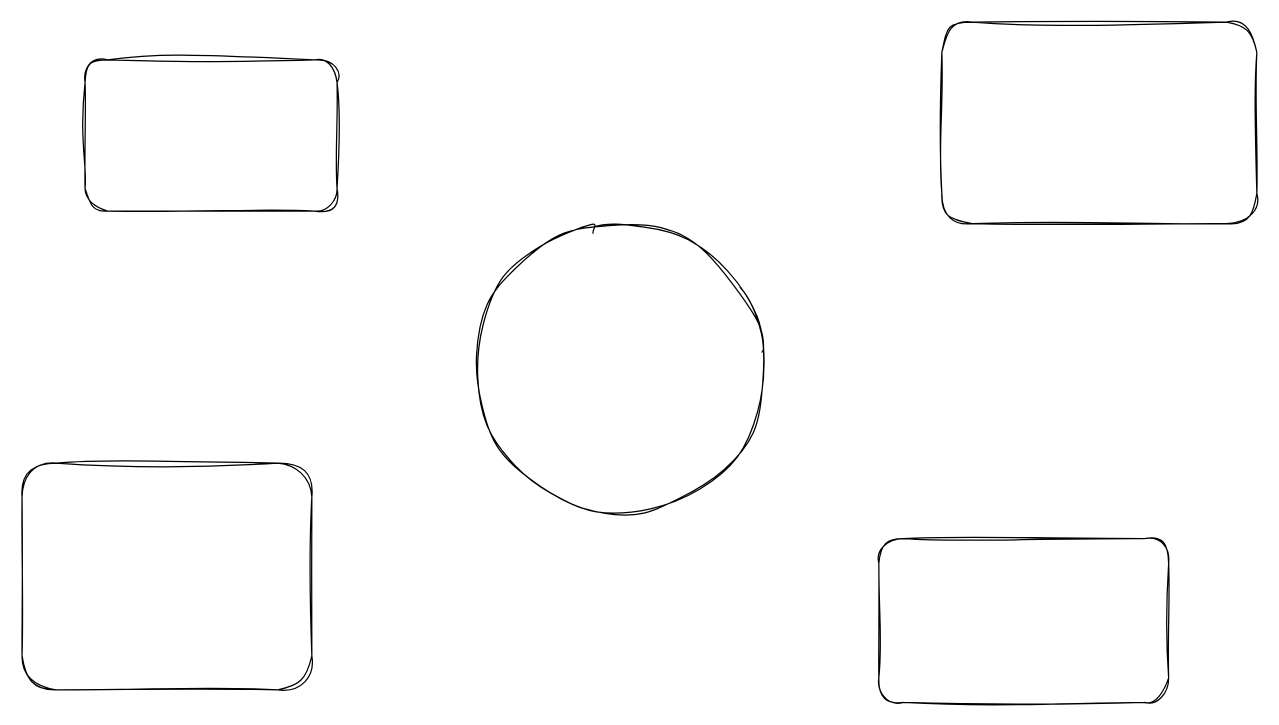
The draw.io diagram Mandag Diagram.drawio in Zaladk/drawio, before the edit. Source tidied: cells renumbered, new cells numbered last; positions are measured from the earlier drawing's top-left corner, leaving out a move shared by most shapes. Both pictures are drawn from the tidied source at 126%, with x=0, y=0 at pixel (21, 21).
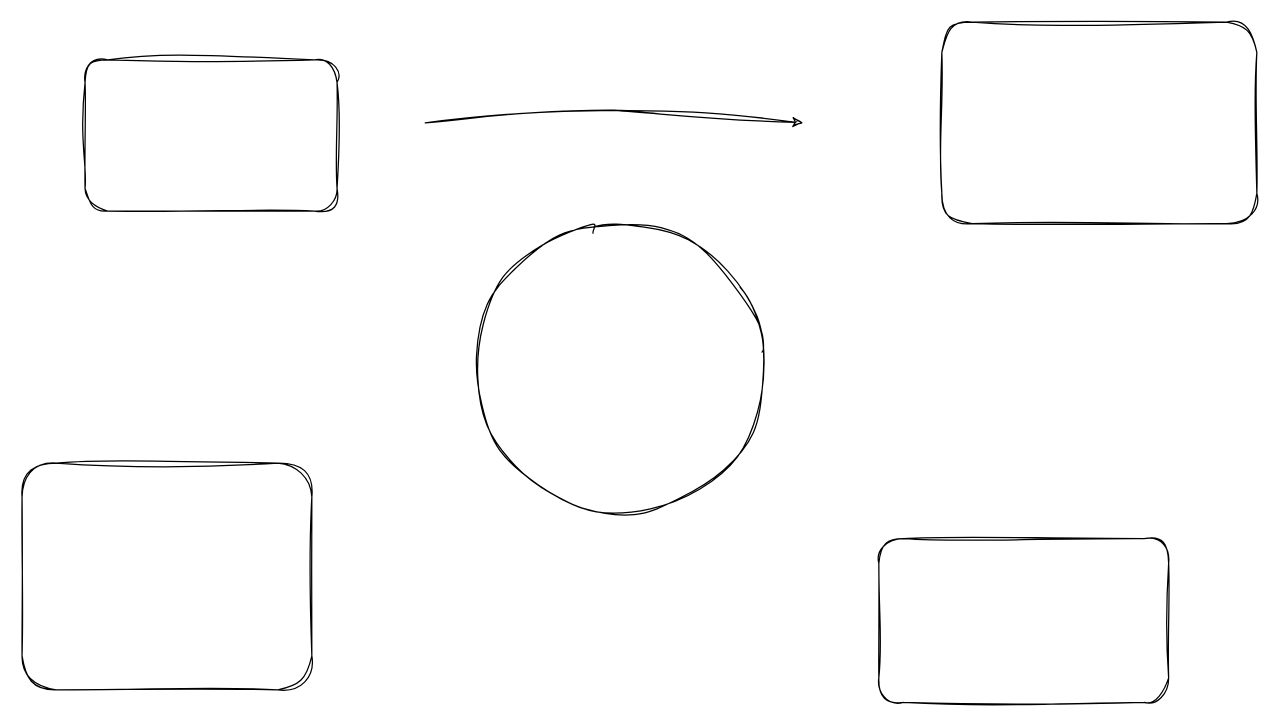
Above is the later version.

What changed in the source:
```diff
@@
 <mxGraphModel>
   <root>
     <mxCell id="0" />
     <mxCell id="1" parent="0" />
     <mxCell id="2" style="rounded=1;whiteSpace=wrap;html=1;sketch=1;curveFitting=1;jiggle=2;" parent="1" vertex="1">
       <mxGeometry x="50" y="30" width="200" height="120" as="geometry" />
     </mxCell>
     <mxCell id="3" style="rounded=1;whiteSpace=wrap;html=1;glass=0;sketch=1;curveFitting=1;jiggle=2;shadow=0;" parent="1" vertex="1">
       <mxGeometry x="730" width="250" height="160" as="geometry" />
     </mxCell>
     <mxCell id="4" style="rounded=1;whiteSpace=wrap;html=1;sketch=1;curveFitting=1;jiggle=2;" parent="1" vertex="1">
       <mxGeometry y="350" width="230" height="180" as="geometry" />
     </mxCell>
     <mxCell id="5" style="rounded=1;whiteSpace=wrap;html=1;sketch=1;curveFitting=1;jiggle=2;" parent="1" vertex="1">
       <mxGeometry x="680" y="410" width="230" height="130" as="geometry" />
     </mxCell>
     <mxCell id="6" style="ellipse;whiteSpace=wrap;html=1;sketch=1;curveFitting=1;jiggle=2;" parent="1" vertex="1">
       <mxGeometry x="360" y="160" width="230" height="230" as="geometry" />
     </mxCell>
+    <mxCell id="7" style="endArrow=classic;html=1;rounded=0;sketch=1;curveFitting=1;jiggle=2;" parent="1" edge="1">
+      <mxGeometry relative="1" as="geometry">
+        <mxPoint x="320" y="80" as="sourcePoint" />
+        <mxPoint x="620" y="80" as="targetPoint" />
+        <Array as="points">
+          <mxPoint x="470" y="70" />
+        </Array>
+      </mxGeometry>
+    </mxCell>
   </root>
 </mxGraphModel>
```
